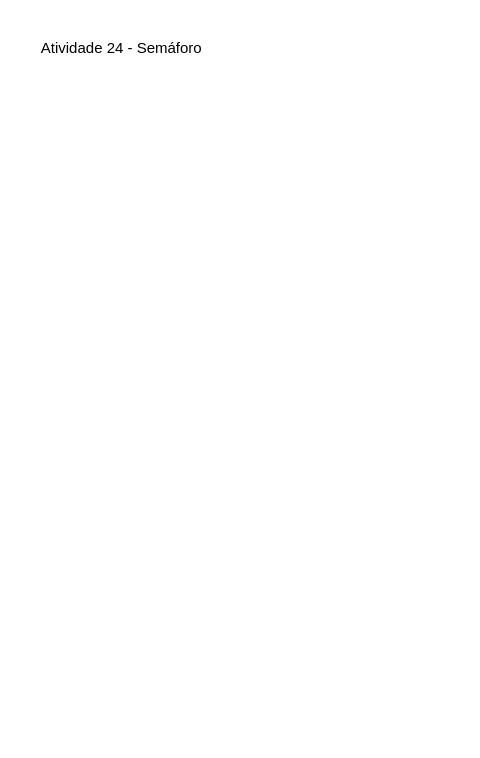
Before: page "Atividade 24 - Semáforo" (2 of 5) of Aula 5 - .drawio in Helo1319/Aula_quarta_Sistemas_Automatizados, a draw.io diagram. Source tidied: cells renumbered, new cells numbered last; positions are measured from the earlier drawing's top-left corner, leaving out a move shared by most shapes. Both pictures are drawn from the tidied source at 125%, with x=0, y=0 at pixel (21, 29).
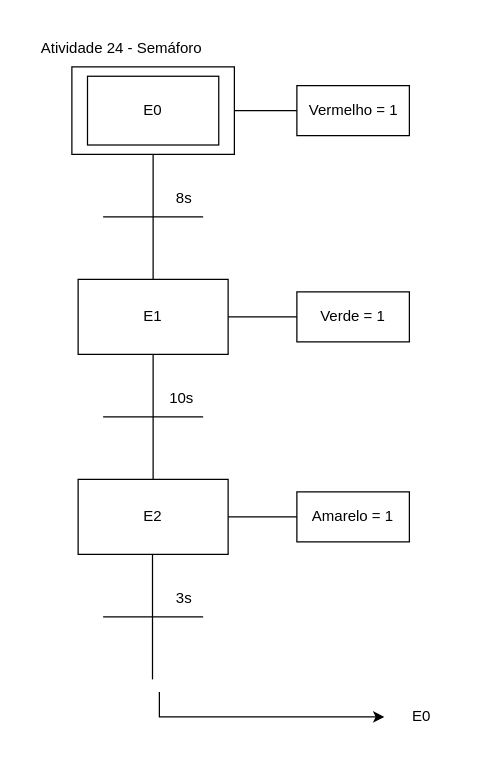
After the change.

Change to the diagram source:
```diff
@@
+    <mxCell id="3" style="rounded=0;whiteSpace=wrap;html=1;" parent="1" vertex="1">
+      <mxGeometry x="40" y="30" width="130" height="70" as="geometry" />
+    </mxCell>
+    <mxCell id="4" style="rounded=0;whiteSpace=wrap;html=1;" parent="1" vertex="1">
+      <mxGeometry x="52.5" y="37.5" width="105" height="55" as="geometry" />
+    </mxCell>
+    <mxCell id="5" value="E0" style="text;html=1;whiteSpace=wrap;strokeColor=none;fillColor=none;align=center;verticalAlign=middle;rounded=0;" parent="1" vertex="1">
+      <mxGeometry x="75" y="50" width="60" height="30" as="geometry" />
+    </mxCell>
+    <mxCell id="6" style="rounded=0;whiteSpace=wrap;html=1;" parent="1" vertex="1">
+      <mxGeometry x="220" y="45" width="90" height="40" as="geometry" />
+    </mxCell>
+    <mxCell id="7" style="rounded=0;whiteSpace=wrap;html=1;" parent="1" vertex="1">
+      <mxGeometry x="220" y="370" width="90" height="40" as="geometry" />
+    </mxCell>
+    <mxCell id="8" style="rounded=0;whiteSpace=wrap;html=1;" parent="1" vertex="1">
+      <mxGeometry x="220" y="210" width="90" height="40" as="geometry" />
+    </mxCell>
+    <mxCell id="9" value="Vermelho = 1" style="text;html=1;whiteSpace=wrap;strokeColor=none;fillColor=none;align=center;verticalAlign=middle;rounded=0;" parent="1" vertex="1">
+      <mxGeometry x="212.5" y="50" width="105" height="30" as="geometry" />
+    </mxCell>
+    <mxCell id="10" style="rounded=0;whiteSpace=wrap;html=1;" parent="1" vertex="1">
+      <mxGeometry x="45" y="200" width="120" height="60" as="geometry" />
+    </mxCell>
+    <mxCell id="11" style="rounded=0;whiteSpace=wrap;html=1;" parent="1" vertex="1">
+      <mxGeometry x="45" y="360" width="120" height="60" as="geometry" />
+    </mxCell>
+    <mxCell id="12" value="E1" style="text;html=1;whiteSpace=wrap;strokeColor=none;fillColor=none;align=center;verticalAlign=middle;rounded=0;" parent="1" vertex="1">
+      <mxGeometry x="75" y="215" width="60" height="30" as="geometry" />
+    </mxCell>
+    <mxCell id="13" value="E2" style="text;html=1;whiteSpace=wrap;strokeColor=none;fillColor=none;align=center;verticalAlign=middle;rounded=0;" parent="1" vertex="1">
+      <mxGeometry x="75" y="375" width="60" height="30" as="geometry" />
+    </mxCell>
+    <mxCell id="14" value="Verde = 1" style="text;html=1;whiteSpace=wrap;strokeColor=none;fillColor=none;align=center;verticalAlign=middle;rounded=0;" parent="1" vertex="1">
+      <mxGeometry x="235" y="215" width="60" height="30" as="geometry" />
+    </mxCell>
+    <mxCell id="15" value="Amarelo = 1" style="text;html=1;whiteSpace=wrap;strokeColor=none;fillColor=none;align=center;verticalAlign=middle;rounded=0;" parent="1" vertex="1">
+      <mxGeometry x="220" y="375" width="90" height="30" as="geometry" />
+    </mxCell>
+    <mxCell id="16" style="endArrow=none;html=1;rounded=0;exitX=1;exitY=0.5;exitDx=0;exitDy=0;" parent="1" edge="1" source="3">
+      <mxGeometry relative="1" as="geometry">
+        <mxPoint x="220" y="65" as="targetPoint" />
+      </mxGeometry>
+    </mxCell>
+    <mxCell id="17" style="endArrow=none;html=1;rounded=0;exitX=1;exitY=0.5;exitDx=0;exitDy=0;entryX=0;entryY=0.5;entryDx=0;entryDy=0;" parent="1" edge="1" source="10" target="8">
+      <mxGeometry relative="1" as="geometry" />
+    </mxCell>
+    <mxCell id="18" style="endArrow=none;html=1;rounded=0;exitX=1;exitY=0.5;exitDx=0;exitDy=0;entryX=0;entryY=0.5;entryDx=0;entryDy=0;" parent="1" edge="1" source="11" target="7">
+      <mxGeometry relative="1" as="geometry" />
+    </mxCell>
+    <mxCell id="19" style="endArrow=none;html=1;rounded=0;entryX=0.5;entryY=1;entryDx=0;entryDy=0;exitX=0.5;exitY=0;exitDx=0;exitDy=0;" parent="1" edge="1" source="10" target="3">
+      <mxGeometry relative="1" as="geometry" />
+    </mxCell>
+    <mxCell id="20" style="endArrow=none;html=1;rounded=0;entryX=0.5;entryY=1;entryDx=0;entryDy=0;exitX=0.5;exitY=0;exitDx=0;exitDy=0;" parent="1" edge="1" source="11" target="10">
+      <mxGeometry relative="1" as="geometry" />
+    </mxCell>
+    <mxCell id="21" style="endArrow=none;html=1;rounded=0;" parent="1" edge="1">
+      <mxGeometry relative="1" as="geometry">
+        <mxPoint x="65" y="150" as="sourcePoint" />
+        <mxPoint x="145" y="150" as="targetPoint" />
+      </mxGeometry>
+    </mxCell>
+    <mxCell id="22" style="endArrow=none;html=1;rounded=0;" parent="1" edge="1">
+      <mxGeometry relative="1" as="geometry">
+        <mxPoint x="65" y="310" as="sourcePoint" />
+        <mxPoint x="145" y="310" as="targetPoint" />
+      </mxGeometry>
+    </mxCell>
+    <mxCell id="23" value="8s" style="text;html=1;whiteSpace=wrap;strokeColor=none;fillColor=none;align=center;verticalAlign=middle;rounded=0;" parent="1" vertex="1">
+      <mxGeometry x="100" y="120" width="60" height="30" as="geometry" />
+    </mxCell>
+    <mxCell id="24" value="10s" style="text;html=1;whiteSpace=wrap;strokeColor=none;fillColor=none;align=center;verticalAlign=middle;rounded=0;" parent="1" vertex="1">
+      <mxGeometry x="97.5" y="280" width="60" height="30" as="geometry" />
+    </mxCell>
+    <mxCell id="25" style="endArrow=none;html=1;rounded=0;entryX=0.5;entryY=1;entryDx=0;entryDy=0;exitX=0.5;exitY=0;exitDx=0;exitDy=0;" parent="1" edge="1">
+      <mxGeometry relative="1" as="geometry">
+        <mxPoint x="104.5" y="520" as="sourcePoint" />
+        <mxPoint x="104.5" y="420" as="targetPoint" />
+      </mxGeometry>
+    </mxCell>
+    <mxCell id="26" style="endArrow=none;html=1;rounded=0;" parent="1" edge="1">
+      <mxGeometry relative="1" as="geometry">
+        <mxPoint x="65" y="470" as="sourcePoint" />
+        <mxPoint x="145" y="470" as="targetPoint" />
+      </mxGeometry>
+    </mxCell>
+    <mxCell id="27" value="3s" style="text;html=1;whiteSpace=wrap;strokeColor=none;fillColor=none;align=center;verticalAlign=middle;rounded=0;" parent="1" vertex="1">
+      <mxGeometry x="100" y="440" width="60" height="30" as="geometry" />
+    </mxCell>
+    <mxCell id="28" style="endArrow=classic;html=1;rounded=0;" parent="1" edge="1" target="29">
+      <mxGeometry relative="1" as="geometry">
+        <mxPoint x="110" y="530" as="sourcePoint" />
+        <Array as="points">
+          <mxPoint x="110" y="550" />
+        </Array>
+      </mxGeometry>
+    </mxCell>
+    <mxCell id="29" value="E0" style="text;html=1;whiteSpace=wrap;strokeColor=none;fillColor=none;align=center;verticalAlign=middle;rounded=0;" parent="1" vertex="1">
+      <mxGeometry x="290" y="535" width="60" height="30" as="geometry" />
+    </mxCell>
```
